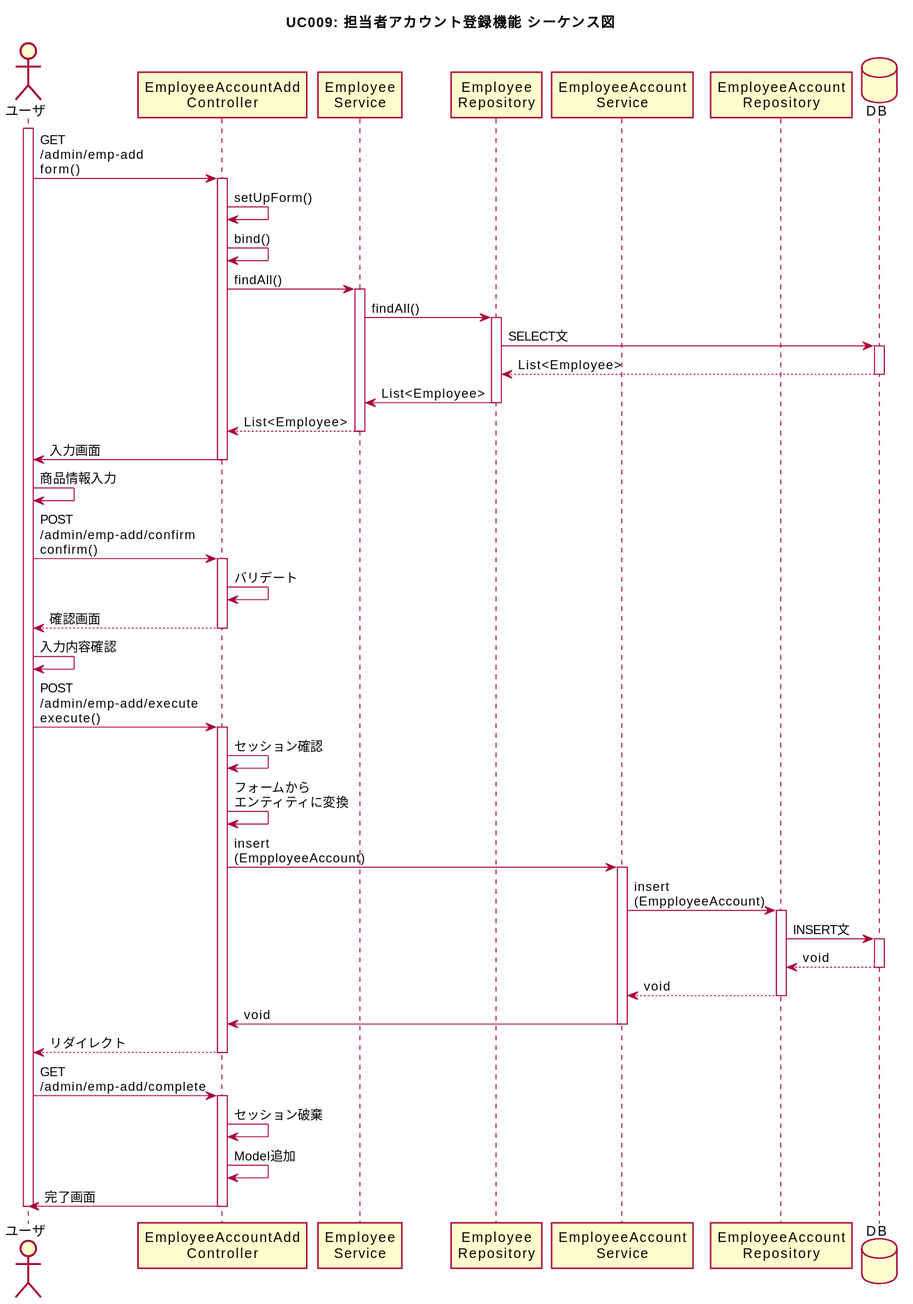
The PlantUML diagram out/plan/diagram/sequence/uc009_employee_account_add/uc009_employee_account_add.svg in imagepit/fullness-ec, before a commit. The source it was exported from:
```plantuml
@startuml
skin rose
skinparam shadowing false
title UC009: 担当者アカウント登録機能 シーケンス図
actor ユーザ as user
activate user
participant "EmployeeAccountAdd\nController" as controller
participant "Employee\nService" as svc1
participant "Employee\nRepository" as repo1
participant "EmployeeAccount\nService" as svc2
participant "EmployeeAccount\nRepository" as repo2
database DB as db

user -> controller ++ : GET\n/admin/emp-add\nform()
controller -> controller : setUpForm()
controller -> controller : bind()
controller -> svc1 ++ : findAll()
svc1 -> repo1 ++ : findAll()
repo1 -> db ++ : SELECT文
repo1 <-- db -- : List<Employee>
svc1 <- repo1 -- : List<Employee>
controller <-- svc1 --  : List<Employee>
controller -> user -- : 入力画面

user -> user : 商品情報入力
user -> controller ++ : POST\n/admin/emp-add/confirm\nconfirm()
controller -> controller : バリデート
controller --> user -- : 確認画面

user -> user : 入力内容確認
user -> controller ++ : POST\n/admin/emp-add/execute\nexecute()
controller -> controller : セッション確認
controller -> controller : フォームから\nエンティティに変換
controller -> svc2 ++ : insert\n(EmpployeeAccount)
svc2 -> repo2 ++ : insert\n(EmpployeeAccount)
repo2 -> db ++ : INSERT文
repo2 <-- db -- : void
svc2 <-- repo2 -- : void
svc2 -> controller -- : void
user <-- controller-- : リダイレクト
user -> controller++ : GET\n/admin/emp-add/complete
controller -> controller : セッション破棄
controller -> controller : Model追加
controller -> user-- : 完了画面
deactivate user
@enduml
```
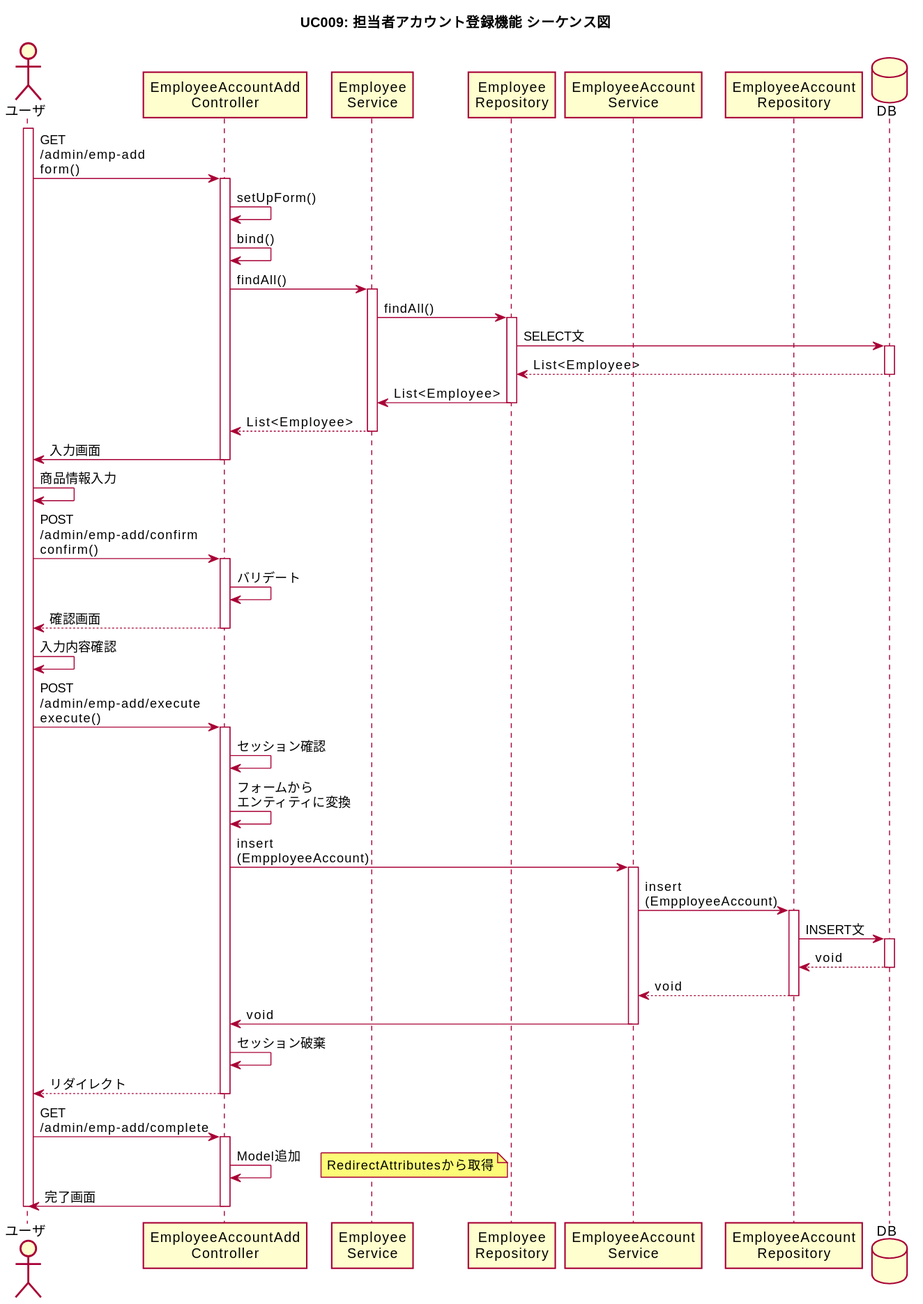
After the change.

Diff of the diagram source:
```diff
@@ -37,10 +37,11 @@
 repo2 <-- db -- : void
 svc2 <-- repo2 -- : void
 svc2 -> controller -- : void
+controller -> controller : セッション破棄
 user <-- controller-- : リダイレクト
 user -> controller++ : GET\n/admin/emp-add/complete
-controller -> controller : セッション破棄
 controller -> controller : Model追加
+note right: RedirectAttributesから取得
 controller -> user-- : 完了画面
 deactivate user
 @enduml
```
